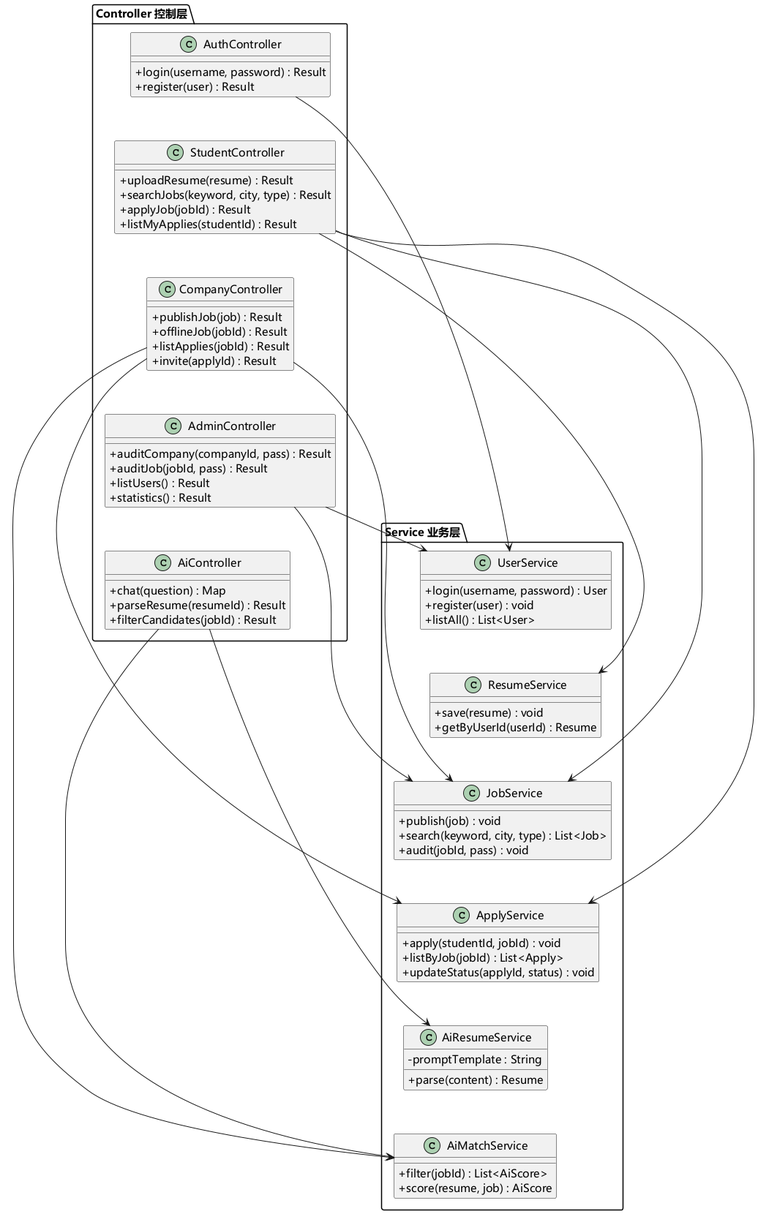
Before: uml/png/系统/控制层与业务层类图.png, a diagram exported from PlantUML (sheep7-bot/recruit-internship-system).
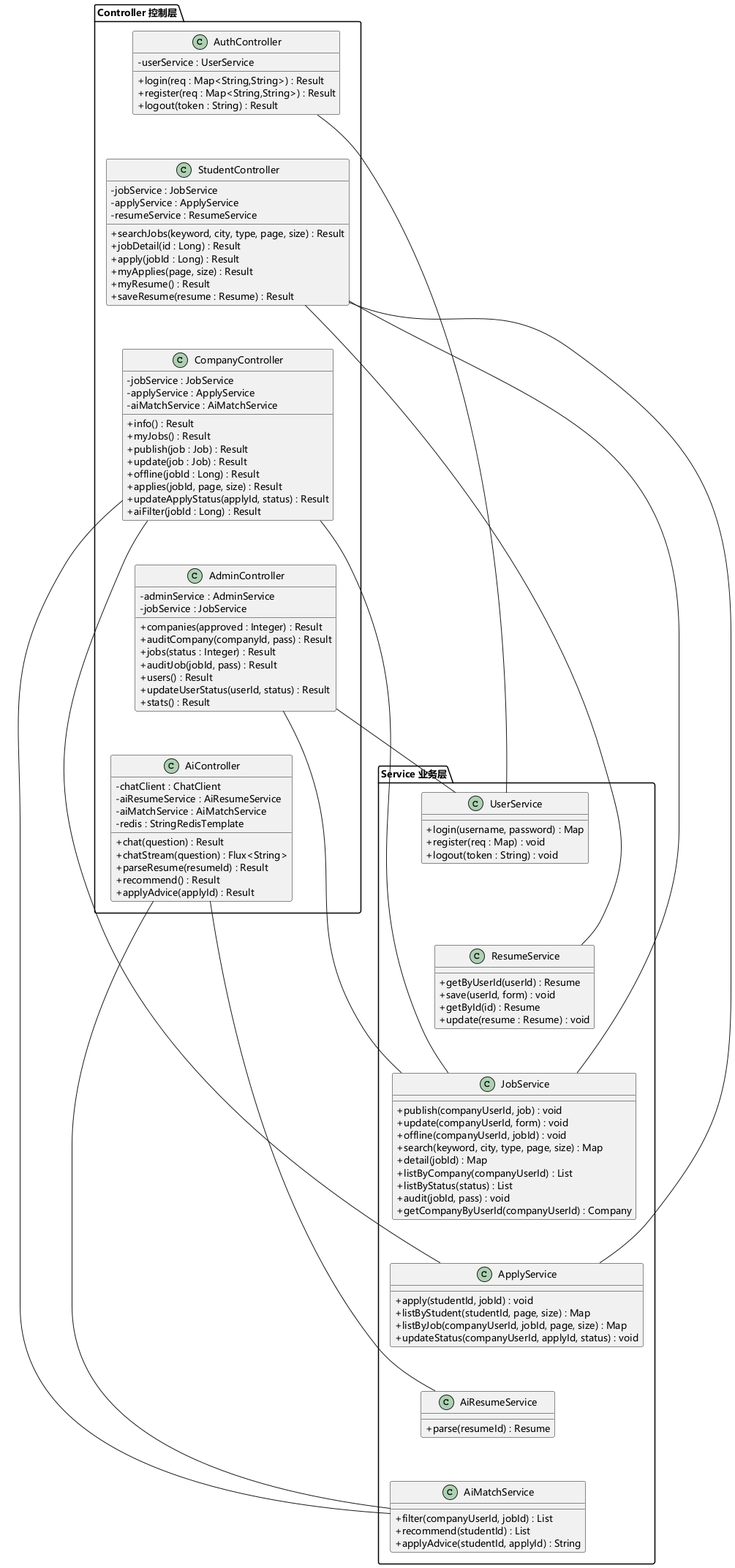
After the change.

What changed in the source:
```diff
@@ -1,35 +1,60 @@
 @startuml 控制层与业务层类图
 skinparam defaultFontName "Microsoft YaHei"
 skinparam classAttributeIconSize 0
-skinparam defaultFontSize 15
+skinparam defaultFontSize 13
 
 package "Controller 控制层" {
   class AuthController {
-    +login(username, password) : Result
-    +register(user) : Result
+    -userService : UserService
+    +login(req : Map<String,String>) : Result
+    +register(req : Map<String,String>) : Result
+    +logout(token : String) : Result
   }
   class StudentController {
-    +uploadResume(resume) : Result
-    +searchJobs(keyword, city, type) : Result
-    +applyJob(jobId) : Result
-    +listMyApplies(studentId) : Result
+    -jobService : JobService
+    -applyService : ApplyService
+    -resumeService : ResumeService
+    +searchJobs(keyword, city, type, page, size) : Result
+    +jobDetail(id : Long) : Result
+    +apply(jobId : Long) : Result
+    +myApplies(page, size) : Result
+    +myResume() : Result
+    +saveResume(resume : Resume) : Result
   }
   class CompanyController {
-    +publishJob(job) : Result
-    +offlineJob(jobId) : Result
-    +listApplies(jobId) : Result
-    +invite(applyId) : Result
+    -jobService : JobService
+    -applyService : ApplyService
+    -aiMatchService : AiMatchService
+    +info() : Result
+    +myJobs() : Result
+    +publish(job : Job) : Result
+    +update(job : Job) : Result
+    +offline(jobId : Long) : Result
+    +applies(jobId, page, size) : Result
+    +updateApplyStatus(applyId, status) : Result
+    +aiFilter(jobId : Long) : Result
   }
   class AdminController {
+    -adminService : AdminService
+    -jobService : JobService
+    +companies(approved : Integer) : Result
     +auditCompany(companyId, pass) : Result
+    +jobs(status : Integer) : Result
     +auditJob(jobId, pass) : Result
-    +listUsers() : Result
-    +statistics() : Result
+    +users() : Result
+    +updateUserStatus(userId, status) : Result
+    +stats() : Result
   }
   class AiController {
-    +chat(question) : Map
+    -chatClient : ChatClient
+    -aiResumeService : AiResumeService
+    -aiMatchService : AiMatchService
+    -redis : StringRedisTemplate
+    +chat(question) : Result
+    +chatStream(question) : Flux<String>
     +parseResume(resumeId) : Result
-    +filterCandidates(jobId) : Result
+    +recommend() : Result
+    +applyAdvice(applyId) : Result
   }
   AuthController -[hidden]d- StudentController
   StudentController -[hidden]d- CompanyController
@@ -39,31 +64,40 @@
 
 package "Service 业务层" {
   class UserService {
-    +login(username, password) : User
-    +register(user) : void
-    +listAll() : List<User>
+    +login(username, password) : Map
+    +register(req : Map) : void
+    +logout(token : String) : void
   }
   class ResumeService {
-    +save(resume) : void
     +getByUserId(userId) : Resume
+    +save(userId, form) : void
+    +getById(id) : Resume
+    +update(resume : Resume) : void
   }
   class JobService {
-    +publish(job) : void
-    +search(keyword, city, type) : List<Job>
+    +publish(companyUserId, job) : void
+    +update(companyUserId, form) : void
+    +offline(companyUserId, jobId) : void
+    +search(keyword, city, type, page, size) : Map
+    +detail(jobId) : Map
+    +listByCompany(companyUserId) : List
+    +listByStatus(status) : List
     +audit(jobId, pass) : void
+    +getCompanyByUserId(companyUserId) : Company
   }
   class ApplyService {
     +apply(studentId, jobId) : void
-    +listByJob(jobId) : List<Apply>
-    +updateStatus(applyId, status) : void
+    +listByStudent(studentId, page, size) : Map
+    +listByJob(companyUserId, jobId, page, size) : Map
+    +updateStatus(companyUserId, applyId, status) : void
   }
   class AiResumeService {
-    -promptTemplate : String
-    +parse(content) : Resume
+    +parse(resumeId) : Resume
   }
   class AiMatchService {
-    +filter(jobId) : List<AiScore>
-    +score(resume, job) : AiScore
+    +filter(companyUserId, jobId) : List
+    +recommend(studentId) : List
+    +applyAdvice(studentId, applyId) : String
   }
   UserService -[hidden]d- ResumeService
   ResumeService -[hidden]d- JobService
@@ -72,15 +106,15 @@
   AiResumeService -[hidden]d- AiMatchService
 }
 
-AuthController --> UserService
-StudentController --> ResumeService
-StudentController --> JobService
-StudentController --> ApplyService
-CompanyController --> JobService
-CompanyController --> ApplyService
-CompanyController --> AiMatchService
-AdminController --> UserService
-AdminController --> JobService
-AiController --> AiResumeService
-AiController --> AiMatchService
+AuthController -- UserService
+StudentController -- ResumeService
+StudentController -- JobService
+StudentController -- ApplyService
+CompanyController -- JobService
+CompanyController -- ApplyService
+CompanyController -- AiMatchService
+AdminController -- UserService
+AdminController -- JobService
+AiController -- AiResumeService
+AiController -- AiMatchService
 @enduml
```
